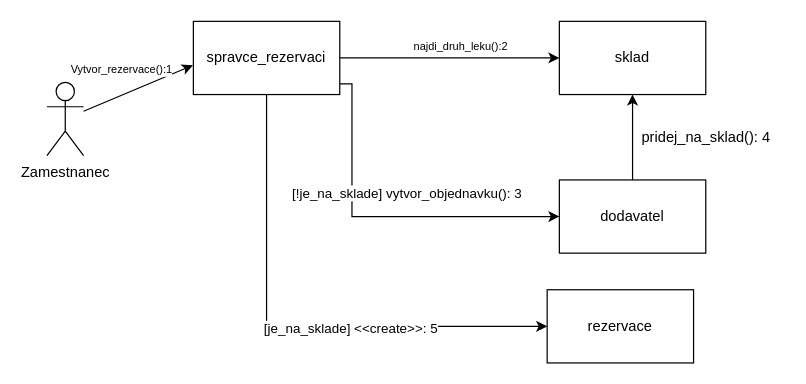
Earlier version of the draw.io diagram IUS projekt komunikacni diagram.drawio (tada66/IUS-projekt). Source tidied: cells renumbered, new cells numbered last; positions are measured from the earlier drawing's top-left corner, leaving out a move shared by most shapes. Both pictures are drawn from the tidied source at 122%, with x=0, y=0 at pixel (46, 21).
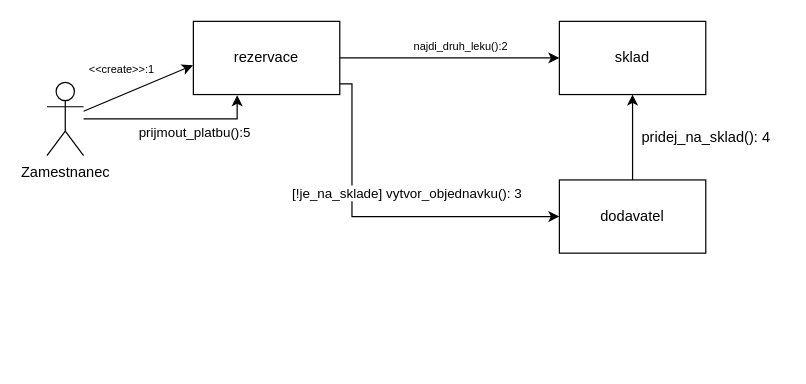
After the change.

Unchanged cells that the change refers to:
```xml
<mxCell id="2" value="Zamestnanec" style="shape=umlActor;verticalLabelPosition=bottom;verticalAlign=top;html=1;outlineConnect=0;" parent="1" vertex="1">
  <mxGeometry y="50" width="30" height="60" as="geometry" />
</mxCell>
<mxCell id="8" style="endArrow=classic;html=1;rounded=0;entryX=-0.003;entryY=0.6;entryDx=0;entryDy=0;entryPerimeter=0;" parent="1" edge="1" source="2" target="7">
  <mxGeometry relative="1" as="geometry" />
</mxCell>
```

Change to the diagram source:
```diff
@@
-    <mxCell id="7" value="spravce_rezervaci" style="rounded=0;whiteSpace=wrap;html=1;" parent="1" vertex="1">
+    <mxCell id="7" value="rezervace" style="rounded=0;whiteSpace=wrap;html=1;" parent="1" vertex="1">
       <mxGeometry x="120" width="120" height="60" as="geometry" />
     </mxCell>
@@
-    <mxCell id="9" value="Vytvor_rezervace():1" style="edgeLabel;html=1;align=center;verticalAlign=middle;fontSize=9;" parent="8" vertex="1">
+    <mxCell id="9" value="&amp;lt;&amp;lt;create&amp;gt;&amp;gt;:1" style="edgeLabel;html=1;align=center;verticalAlign=middle;fontSize=9;" parent="8" vertex="1">
       <mxGeometry x="-0.1" y="-2" relative="1" as="geometry">
         <mxPoint x="-11" y="-19" as="offset" />
       </mxGeometry>
     </mxCell>
@@
-    <mxCell id="12" value="rezervace" style="rounded=0;whiteSpace=wrap;html=1;" parent="1" vertex="1">
-      <mxGeometry x="410" y="220" width="120" height="60" as="geometry" />
-    </mxCell>
-    <mxCell id="13" style="edgeStyle=orthogonalEdgeStyle;rounded=0;jettySize=auto;html=1;exitX=0.5;exitY=1;exitDx=0;exitDy=0;entryX=0;entryY=0.5;entryDx=0;entryDy=0;" parent="1" edge="1" source="7" target="12">
-      <mxGeometry relative="1" as="geometry">
-        <Array as="points">
-          <mxPoint x="180" y="250" />
-        </Array>
-      </mxGeometry>
-    </mxCell>
-    <mxCell id="14" value="[je_na_sklade] &amp;lt;&amp;lt;create&amp;gt;&amp;gt;: 5" style="edgeLabel;html=1;align=center;verticalAlign=middle;" parent="13" vertex="1">
-      <mxGeometry x="0.23" y="-1" relative="1" as="geometry" />
-    </mxCell>
@@
+    <mxCell id="17" style="edgeStyle=orthogonalEdgeStyle;rounded=0;jettySize=auto;html=1;entryX=0.299;entryY=1.008;entryDx=0;entryDy=0;entryPerimeter=0;" parent="1" edge="1" source="2" target="7">
+      <mxGeometry relative="1" as="geometry" />
+    </mxCell>
+    <mxCell id="18" value="prijmout_platbu():5" style="edgeLabel;html=1;align=center;verticalAlign=middle;" parent="17" vertex="1">
+      <mxGeometry x="0.28" relative="1" as="geometry">
+        <mxPoint x="-3" y="10" as="offset" />
+      </mxGeometry>
+    </mxCell>
```
